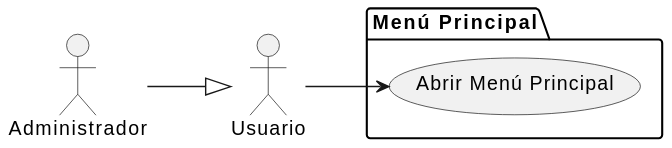
The PlantUML diagram docs/casosDeUso/diagramaCasosDeUso/menuPrincipal/abrirMenuPrincipal.svg in mmasias/24-25-IdSw1-SDR, before a commit. Its diagram source:
```plantuml
@startuml
left to right direction
actor "Administrador" as Administrador
actor "Usuario" as Usuario

package "Menú Principal" {
    usecase "Abrir Menú Principal" as MS1
}

Administrador --|> Usuario
Usuario --> MS1
@enduml
```
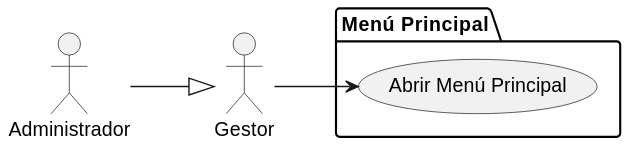
The same file after the commit.

Commit message:
REFAC: renombrar actor "Usuario" a "Gestor" en diagramas de casos de uso para mayor claridad

Diff of the diagram source:
```diff
@@ -1,7 +1,7 @@
 @startuml
 left to right direction
 actor "Administrador" as Administrador
-actor "Usuario" as Usuario
+actor "Gestor" as Usuario
 
 package "Menú Principal" {
     usecase "Abrir Menú Principal" as MS1
```
